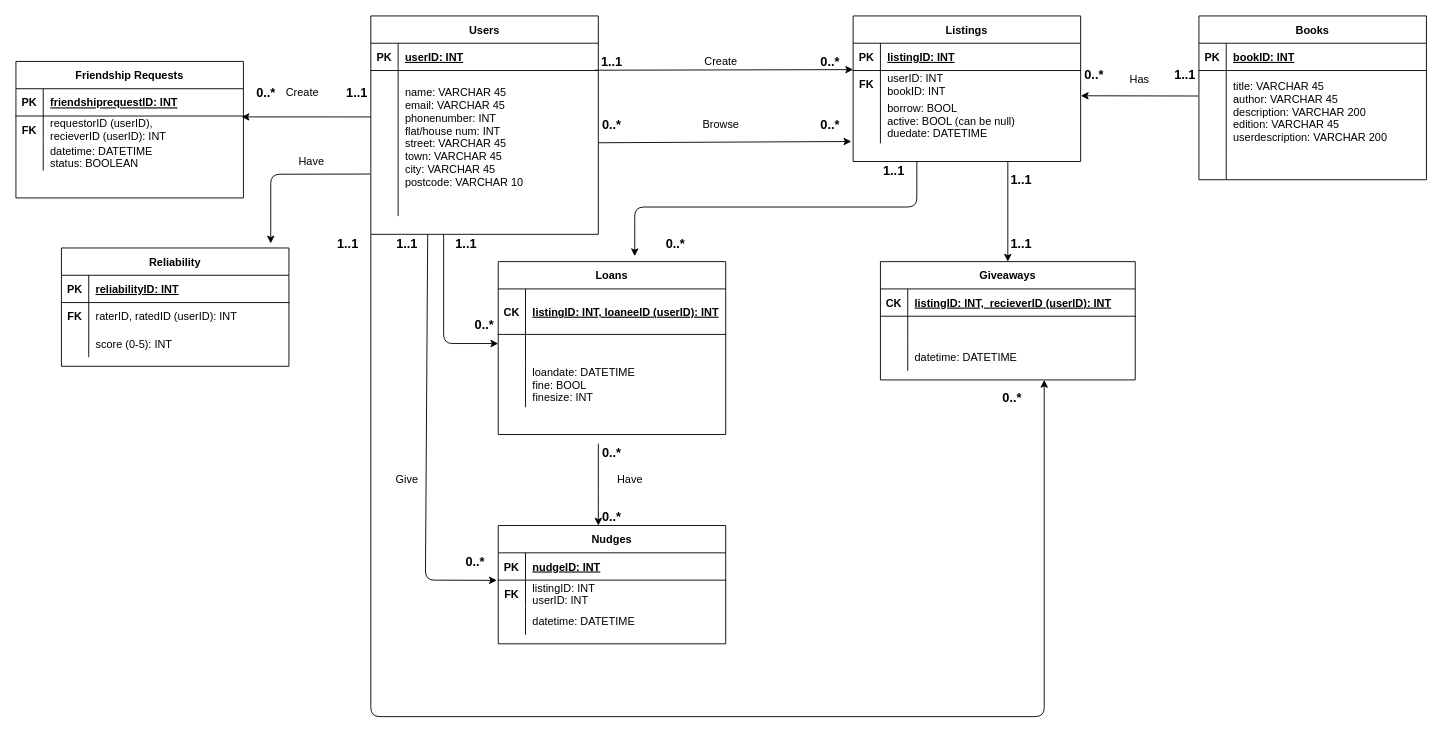
Earlier version of the draw.io diagram CourseworkER.drawio (willdonlan8/hello-world). Source tidied: cells renumbered, new cells numbered last; positions are measured from the earlier drawing's top-left corner, leaving out a move shared by most shapes. Both pictures are drawn from the tidied source at 91%, with x=0, y=0 at pixel (15, 15).
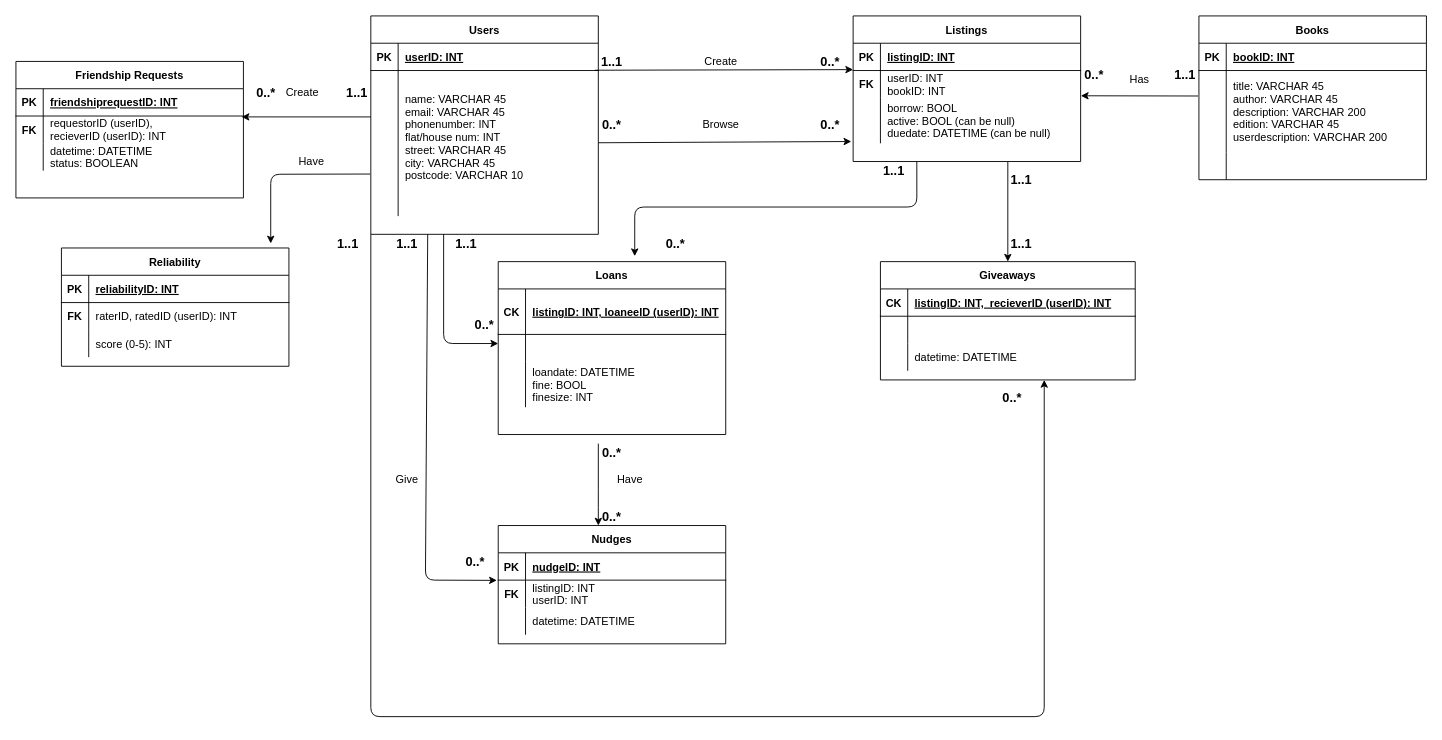
The same page after the edit.

Unchanged cells that the change refers to:
```xml
<mxCell id="26" style="shape=partialRectangle;fillColor=none;points=[[0,0.5],[1,0.5]];portConstraint=eastwest;top=0;left=0;right=0;bottom=0;" parent="22" vertex="1">
  <mxGeometry y="60" width="250" height="160" as="geometry" />
</mxCell>
<mxCell id="66" style="shape=partialRectangle;fillColor=none;points=[[0,0.5],[1,0.5]];portConstraint=eastwest;top=0;left=0;right=0;bottom=0;" parent="59" vertex="1">
  <mxGeometry y="90" width="250" height="50" as="geometry" />
</mxCell>
```

The edit, as a diff of the source:
```diff
@@
-    <mxCell id="28" value="&#10;name: VARCHAR 45&#10;email: VARCHAR 45&#10;phonenumber: INT&#10;flat/house num: INT&#10;street: VARCHAR 45&#10;town: VARCHAR 45&#10;city: VARCHAR 45&#10;postcode: VARCHAR 10&#10;&#10;" style="shape=partialRectangle;overflow=hidden;fillColor=none;top=0;left=0;bottom=0;right=0;align=left;spacingLeft=6;" parent="26" vertex="1">
+    <mxCell id="28" value="&#10;name: VARCHAR 45&#10;email: VARCHAR 45&#10;phonenumber: INT&#10;flat/house num: INT&#10;street: VARCHAR 45&#10;city: VARCHAR 45&#10;postcode: VARCHAR 10&#10;&#10;" style="shape=partialRectangle;overflow=hidden;fillColor=none;top=0;left=0;bottom=0;right=0;align=left;spacingLeft=6;" parent="26" vertex="1">
       <mxGeometry x="30" width="220" height="160" as="geometry" />
     </mxCell>
@@
-    <mxCell id="68" value="borrow: BOOL&#10;active: BOOL (can be null)&#10;duedate: DATETIME" style="shape=partialRectangle;overflow=hidden;fillColor=none;top=0;left=0;bottom=0;right=0;align=left;spacingLeft=6;" parent="66" vertex="1">
+    <mxCell id="68" value="borrow: BOOL&#10;active: BOOL (can be null)&#10;duedate: DATETIME (can be null)" style="shape=partialRectangle;overflow=hidden;fillColor=none;top=0;left=0;bottom=0;right=0;align=left;spacingLeft=6;" parent="66" vertex="1">
       <mxGeometry x="30" width="220" height="50" as="geometry" />
     </mxCell>
```
